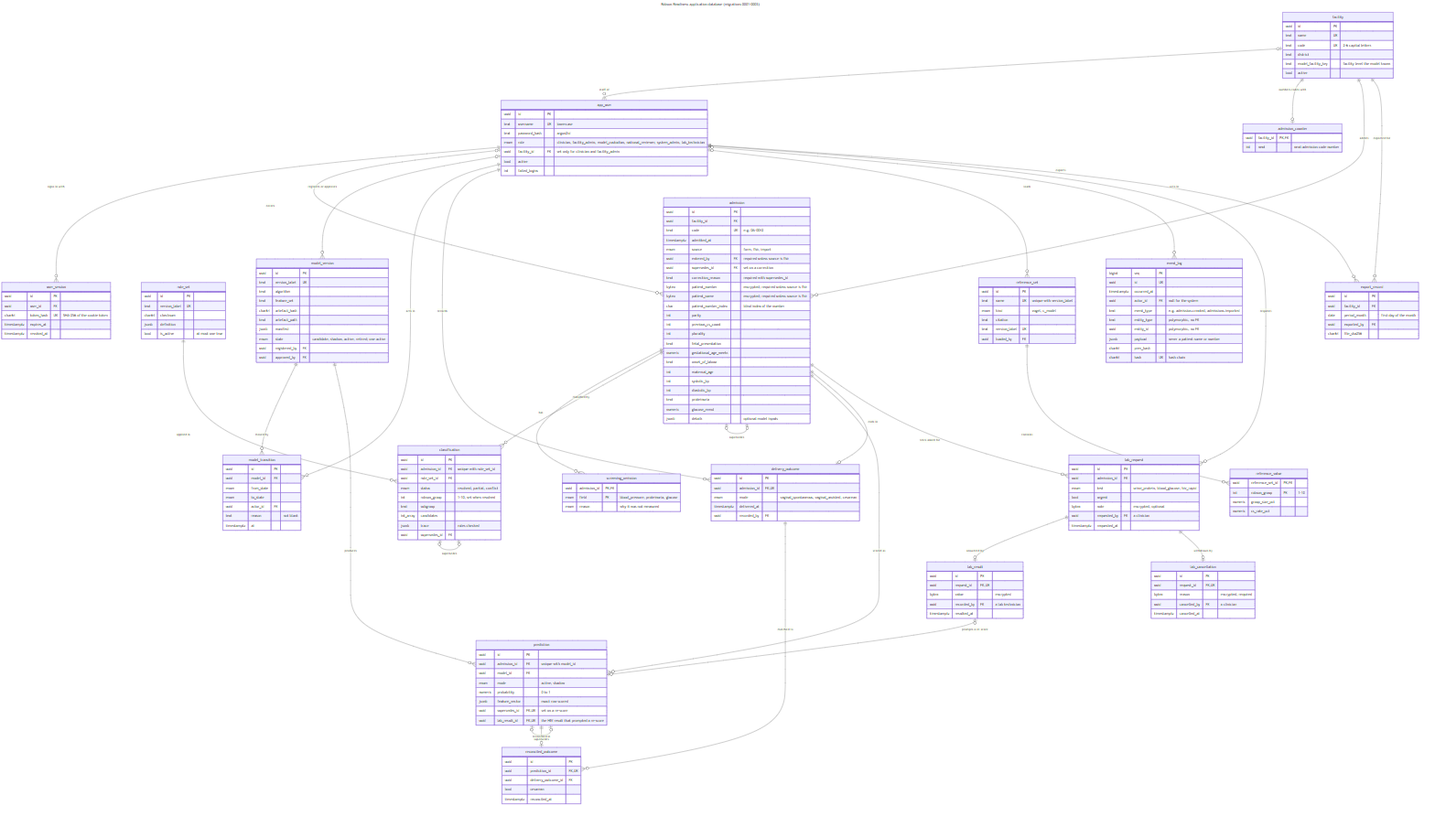
Above: docs/diagrams/erd.png in icyeza/robby (Mermaid), before the change. Its source is kept beside it as docs/diagrams/erd.mmd.
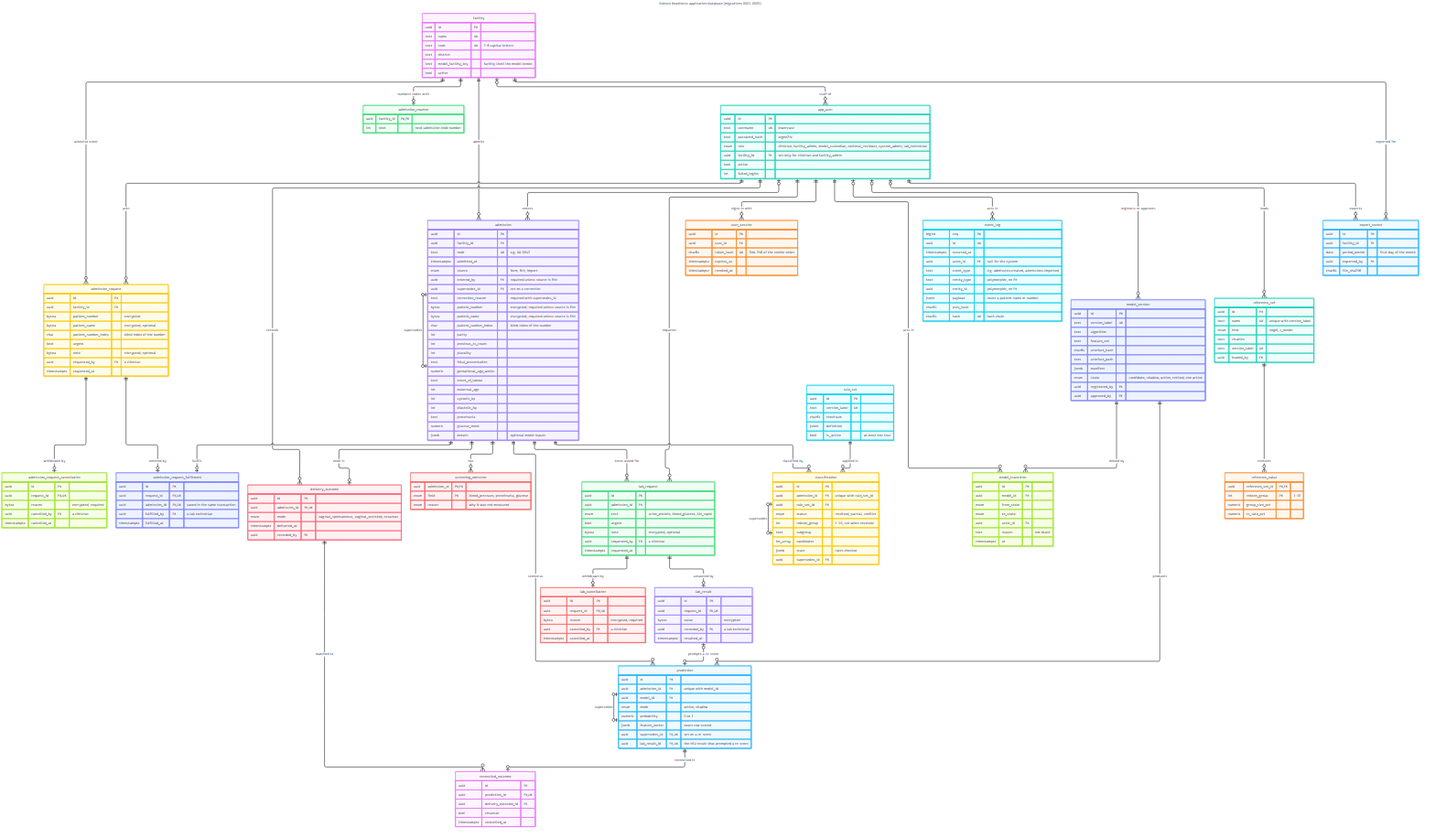
The same diagram one commit later.

Commit message:
docs: new-patient requests to the lab; ERD up to migration 0009

What changed in the source:
```diff
@@ -1,5 +1,5 @@
 ---
-title: Robson Readiness application database (migrations 0001-0008)
+title: Robson Readiness application database (migrations 0001-0009)
 ---
 erDiagram
     facility {
@@ -172,6 +172,31 @@
         uuid cancelled_by FK "a clinician"
         timestamptz cancelled_at
     }
+    admission_request {
+        uuid id PK
+        uuid facility_id FK
+        bytea patient_number "encrypted"
+        bytea patient_name "encrypted, optional"
+        char patient_number_index "blind index of the number"
+        bool urgent
+        bytea note "encrypted, optional"
+        uuid requested_by FK "a clinician"
+        timestamptz requested_at
+    }
+    admission_request_fulfilment {
+        uuid id PK
+        uuid request_id FK, UK
+        uuid admission_id FK, UK "saved in the same transaction"
+        uuid fulfilled_by FK "a lab technician"
+        timestamptz fulfilled_at
+    }
+    admission_request_cancellation {
+        uuid id PK
+        uuid request_id FK, UK
+        bytea reason "encrypted, required"
+        uuid cancelled_by FK "a clinician"
+        timestamptz cancelled_at
+    }
     export_record {
         uuid id PK
         uuid facility_id FK
@@ -208,5 +233,10 @@
     lab_request ||--o| lab_cancellation : "withdrawn by"
     lab_result |o--o| prediction : "prompts a re-score"
     app_user ||--o{ lab_request : "requests"
+    facility ||--o{ admission_request : "asked to enter"
+    app_user ||--o{ admission_request : "asks"
+    admission_request ||--o| admission_request_fulfilment : "entered by"
+    admission ||--o| admission_request_fulfilment : "fulfils"
+    admission_request ||--o| admission_request_cancellation : "withdrawn by"
     facility ||--o{ export_record : "exported for"
     app_user ||--o{ export_record : "exports"
```
